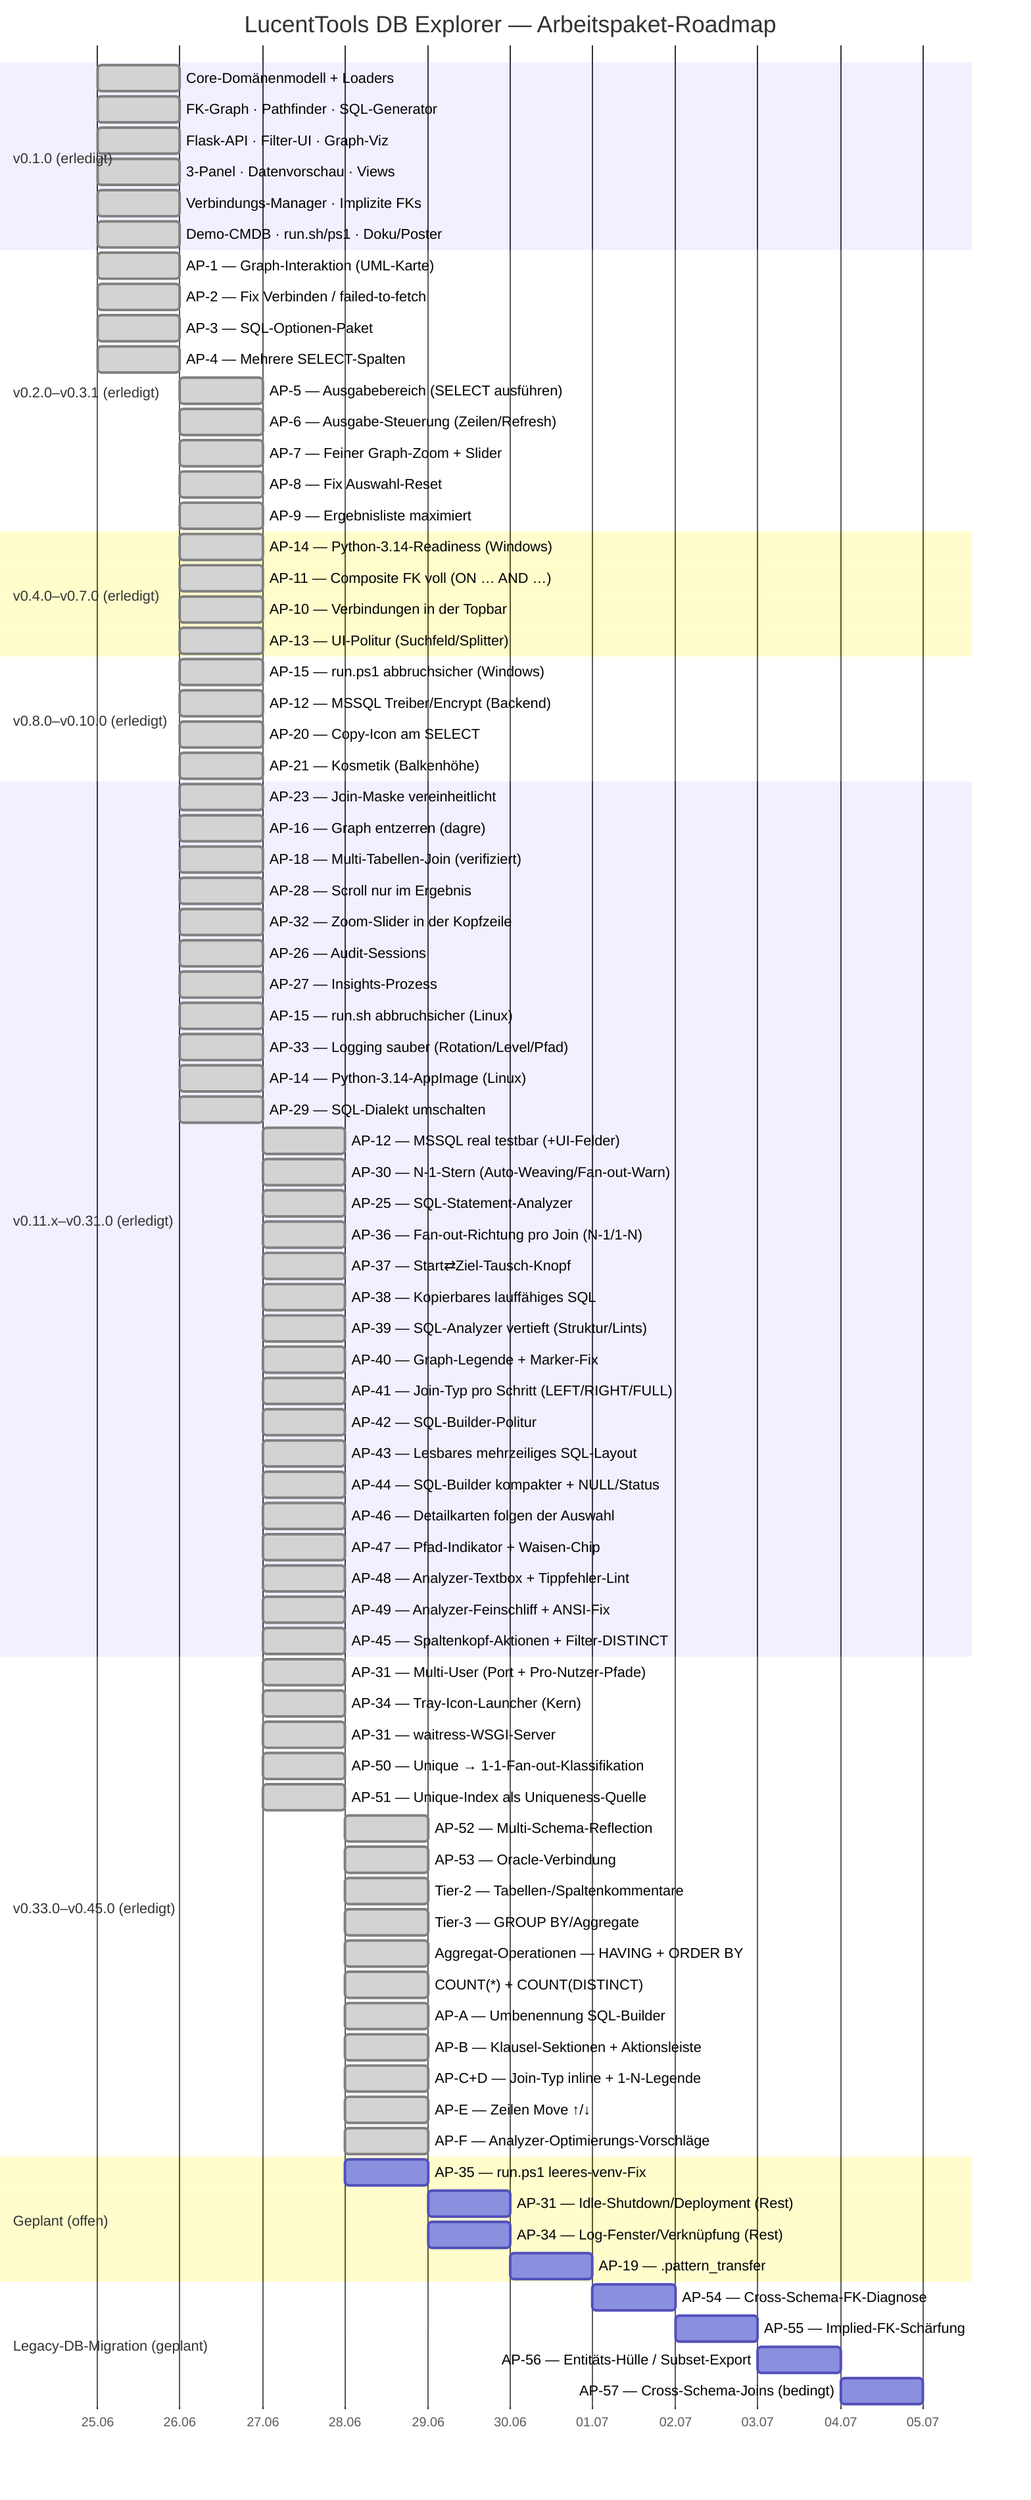
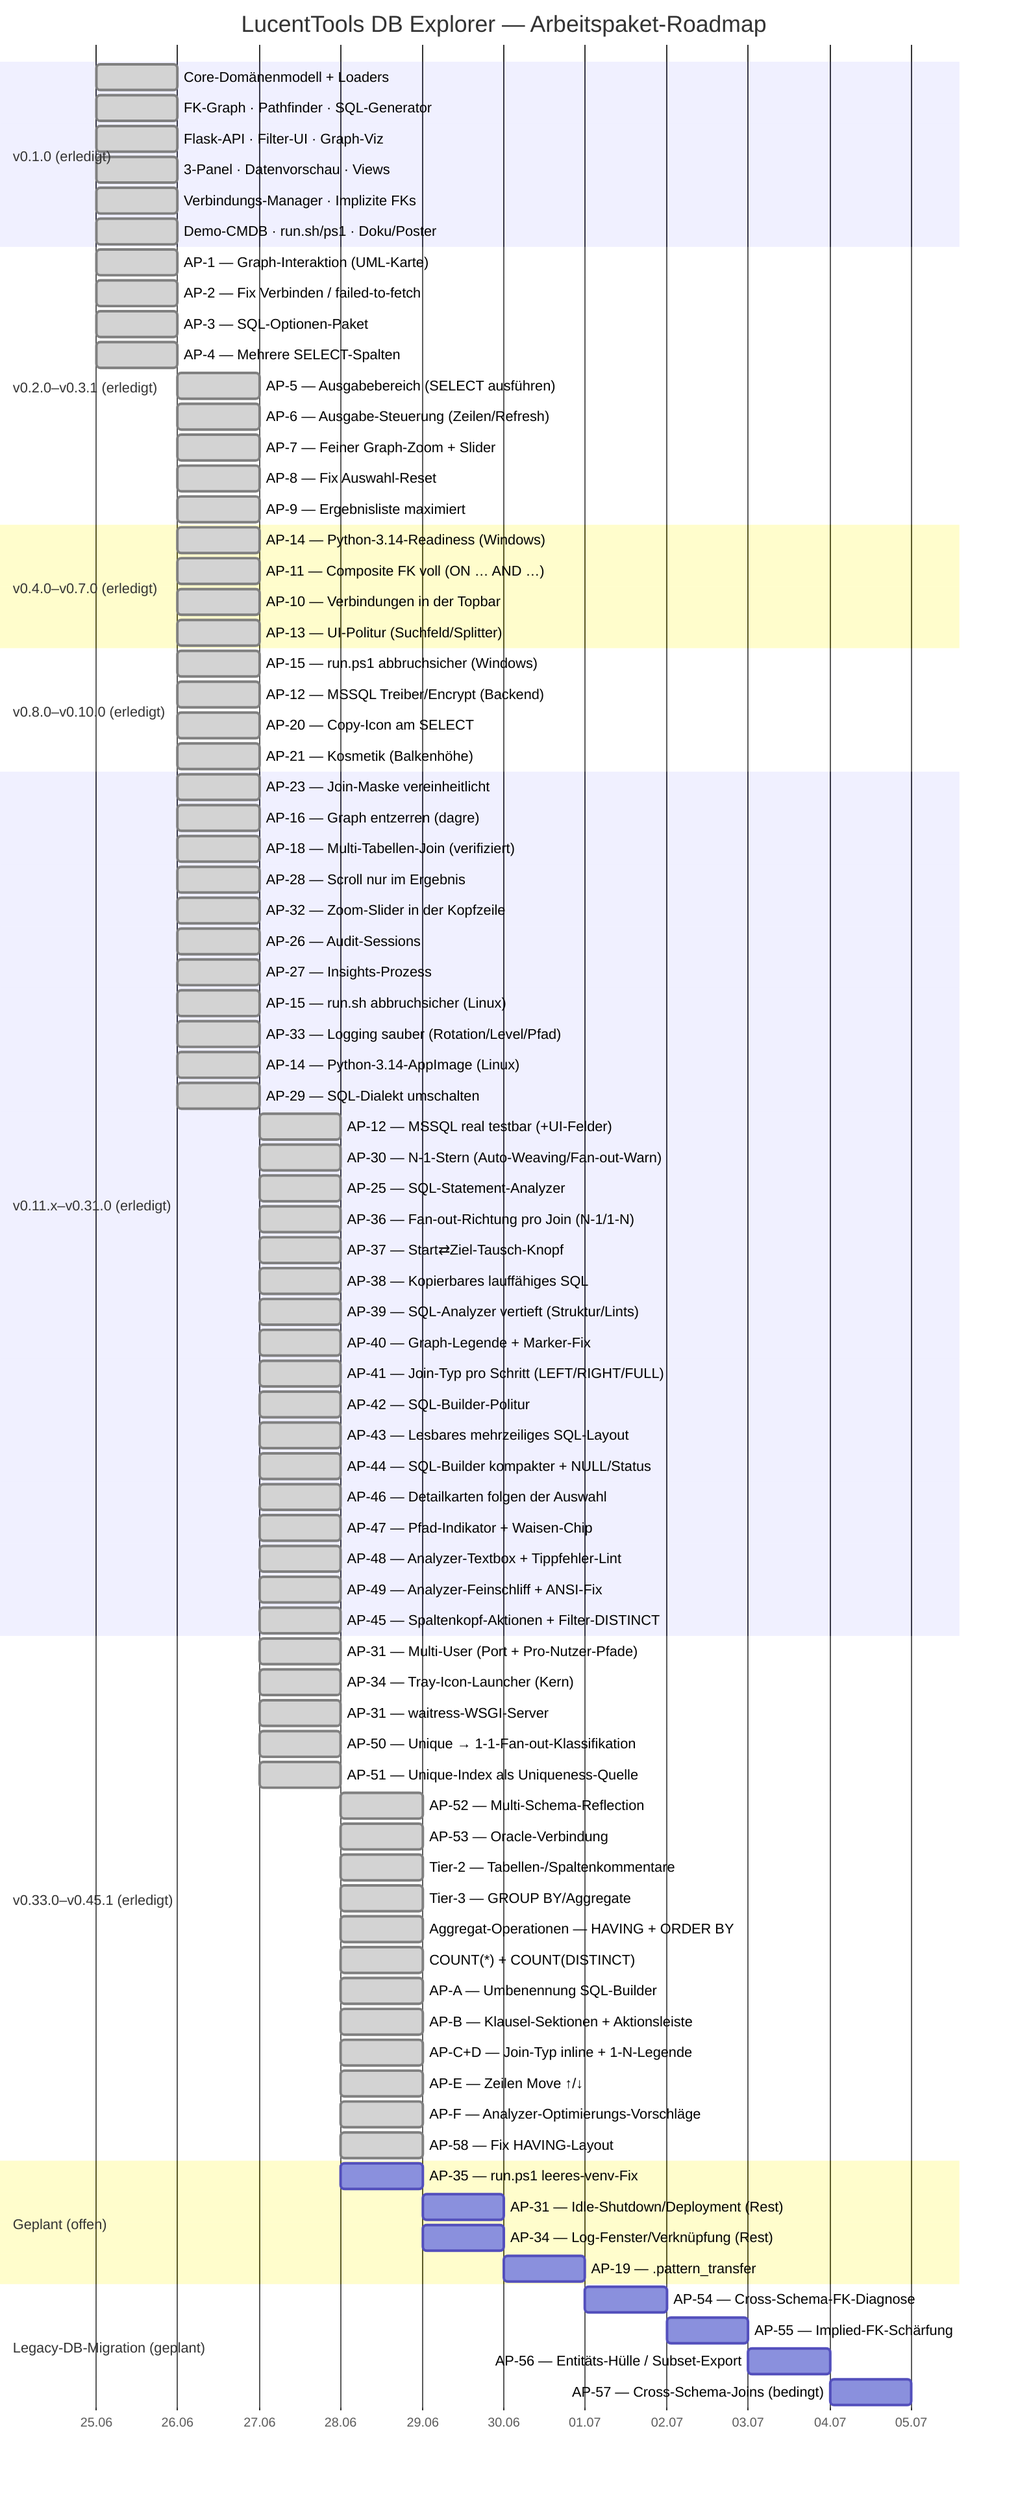
gantt
    title LucentTools DB Explorer — Arbeitspaket-Roadmap
    dateFormat  YYYY-MM-DD
    axisFormat  %d.%m

    section v0.1.0 (erledigt)
    Core-Domänenmodell + Loaders          :done, d1, 2026-06-25, 1d
    FK-Graph · Pathfinder · SQL-Generator :done, d2, 2026-06-25, 1d
    Flask-API · Filter-UI · Graph-Viz     :done, d3, 2026-06-25, 1d
    3-Panel · Datenvorschau · Views       :done, d4, 2026-06-25, 1d
    Verbindungs-Manager · Implizite FKs   :done, d5, 2026-06-25, 1d
    Demo-CMDB · run.sh/ps1 · Doku/Poster  :done, d6, 2026-06-25, 1d

    section v0.2.0–v0.3.1 (erledigt)
    AP-1 — Graph-Interaktion (UML-Karte)        :done, a1, 2026-06-25, 1d
    AP-2 — Fix Verbinden / failed-to-fetch      :done, a2, 2026-06-25, 1d
    AP-3 — SQL-Optionen-Paket                   :done, a3, 2026-06-25, 1d
    AP-4 — Mehrere SELECT-Spalten               :done, a4, 2026-06-25, 1d
    AP-5 — Ausgabebereich (SELECT ausführen)    :done, a5, 2026-06-26, 1d
    AP-6 — Ausgabe-Steuerung (Zeilen/Refresh)   :done, a6, 2026-06-26, 1d
    AP-7 — Feiner Graph-Zoom + Slider           :done, a7, 2026-06-26, 1d
    AP-8 — Fix Auswahl-Reset                    :done, a8, 2026-06-26, 1d
    AP-9 — Ergebnisliste maximiert              :done, a9, 2026-06-26, 1d

    section v0.4.0–v0.7.0 (erledigt)
    AP-14 — Python-3.14-Readiness (Windows)     :done, b1, 2026-06-26, 1d
    AP-11 — Composite FK voll (ON … AND …)      :done, b2, 2026-06-26, 1d
    AP-10 — Verbindungen in der Topbar          :done, b3, 2026-06-26, 1d
    AP-13 — UI-Politur (Suchfeld/Splitter)      :done, b4, 2026-06-26, 1d

    section v0.8.0–v0.10.0 (erledigt)
    AP-15 — run.ps1 abbruchsicher (Windows)     :done, c1, 2026-06-26, 1d
    AP-12 — MSSQL Treiber/Encrypt (Backend)     :done, c2, 2026-06-26, 1d
    AP-20 — Copy-Icon am SELECT                 :done, c3, 2026-06-26, 1d
    AP-21 — Kosmetik (Balkenhöhe)               :done, c4, 2026-06-26, 1d

    section v0.11.x–v0.31.0 (erledigt)
    AP-23 — Join-Maske vereinheitlicht          :done, e1, 2026-06-26, 1d
    AP-16 — Graph entzerren (dagre)             :done, e2, 2026-06-26, 1d
    AP-18 — Multi-Tabellen-Join (verifiziert)   :done, e3, 2026-06-26, 1d
    AP-28 — Scroll nur im Ergebnis              :done, e4, 2026-06-26, 1d
    AP-32 — Zoom-Slider in der Kopfzeile        :done, e5, 2026-06-26, 1d
    AP-26 — Audit-Sessions                      :done, e6, 2026-06-26, 1d
    AP-27 — Insights-Prozess                    :done, e7, 2026-06-26, 1d
    AP-15 — run.sh abbruchsicher (Linux)        :done, e8, 2026-06-26, 1d
    AP-33 — Logging sauber (Rotation/Level/Pfad) :done, e9, 2026-06-26, 1d
    AP-14 — Python-3.14-AppImage (Linux)         :done, e10, 2026-06-26, 1d
    AP-29 — SQL-Dialekt umschalten               :done, e11, 2026-06-26, 1d
    AP-12 — MSSQL real testbar (+UI-Felder)      :done, e12, 2026-06-27, 1d
    AP-30 — N-1-Stern (Auto-Weaving/Fan-out-Warn) :done, e13, 2026-06-27, 1d
    AP-25 — SQL-Statement-Analyzer               :done, e14, 2026-06-27, 1d
    AP-36 — Fan-out-Richtung pro Join (N-1/1-N)  :done, e15, 2026-06-27, 1d
    AP-37 — Start⇄Ziel-Tausch-Knopf              :done, e16, 2026-06-27, 1d
    AP-38 — Kopierbares lauffähiges SQL          :done, e17, 2026-06-27, 1d
    AP-39 — SQL-Analyzer vertieft (Struktur/Lints) :done, e18, 2026-06-27, 1d
    AP-40 — Graph-Legende + Marker-Fix           :done, e19, 2026-06-27, 1d
    AP-41 — Join-Typ pro Schritt (LEFT/RIGHT/FULL) :done, e20, 2026-06-27, 1d
    AP-42 — SQL-Builder-Politur                 :done, e21, 2026-06-27, 1d
    AP-43 — Lesbares mehrzeiliges SQL-Layout      :done, e22, 2026-06-27, 1d
    AP-44 — SQL-Builder kompakter + NULL/Status :done, e23, 2026-06-27, 1d
    AP-46 — Detailkarten folgen der Auswahl       :done, e24, 2026-06-27, 1d
    AP-47 — Pfad-Indikator + Waisen-Chip         :done, e25, 2026-06-27, 1d
    AP-48 — Analyzer-Textbox + Tippfehler-Lint   :done, e26, 2026-06-27, 1d
    AP-49 — Analyzer-Feinschliff + ANSI-Fix       :done, e27, 2026-06-27, 1d
    AP-45 — Spaltenkopf-Aktionen + Filter-DISTINCT :done, e28, 2026-06-27, 1d

-     section v0.33.0–v0.45.0 (erledigt)
+     section v0.33.0–v0.45.1 (erledigt)
    AP-31 — Multi-User (Port + Pro-Nutzer-Pfade) :done, f1, 2026-06-27, 1d
    AP-34 — Tray-Icon-Launcher (Kern)            :done, f2, 2026-06-27, 1d
    AP-31 — waitress-WSGI-Server                 :done, f3, 2026-06-27, 1d
    AP-50 — Unique → 1-1-Fan-out-Klassifikation  :done, f4, 2026-06-27, 1d
    AP-51 — Unique-Index als Uniqueness-Quelle   :done, f5, 2026-06-27, 1d
    AP-52 — Multi-Schema-Reflection              :done, f6, 2026-06-28, 1d
    AP-53 — Oracle-Verbindung                    :done, f7, 2026-06-28, 1d
    Tier-2 — Tabellen-/Spaltenkommentare         :done, f8, 2026-06-28, 1d
    Tier-3 — GROUP BY/Aggregate                  :done, f9, 2026-06-28, 1d
    Aggregat-Operationen — HAVING + ORDER BY     :done, f10, 2026-06-28, 1d
    COUNT(*) + COUNT(DISTINCT)                   :done, f11, 2026-06-28, 1d
    AP-A — Umbenennung SQL-Builder               :done, f12, 2026-06-28, 1d
    AP-B — Klausel-Sektionen + Aktionsleiste     :done, f13, 2026-06-28, 1d
    AP-C+D — Join-Typ inline + 1-N-Legende       :done, f14, 2026-06-28, 1d
    AP-E — Zeilen Move ↑/↓                        :done, f15, 2026-06-28, 1d
    AP-F — Analyzer-Optimierungs-Vorschläge      :done, f16, 2026-06-28, 1d
+     AP-58 — Fix HAVING-Layout                    :done, f17, 2026-06-28, 1d

    section Geplant (offen)
    AP-35 — run.ps1 leeres-venv-Fix             :p3, 2026-06-28, 1d
    AP-31 — Idle-Shutdown/Deployment (Rest)     :p5, 2026-06-29, 1d
    AP-34 — Log-Fenster/Verknüpfung (Rest)      :p6, 2026-06-29, 1d
    AP-19 — .pattern_transfer                   :p11, 2026-06-30, 1d

    section Legacy-DB-Migration (geplant)
    AP-54 — Cross-Schema-FK-Diagnose            :p20, 2026-07-01, 1d
    AP-55 — Implied-FK-Schärfung                :p21, 2026-07-02, 1d
    AP-56 — Entitäts-Hülle / Subset-Export      :p22, 2026-07-03, 1d
    AP-57 — Cross-Schema-Joins (bedingt)        :p23, 2026-07-04, 1d
